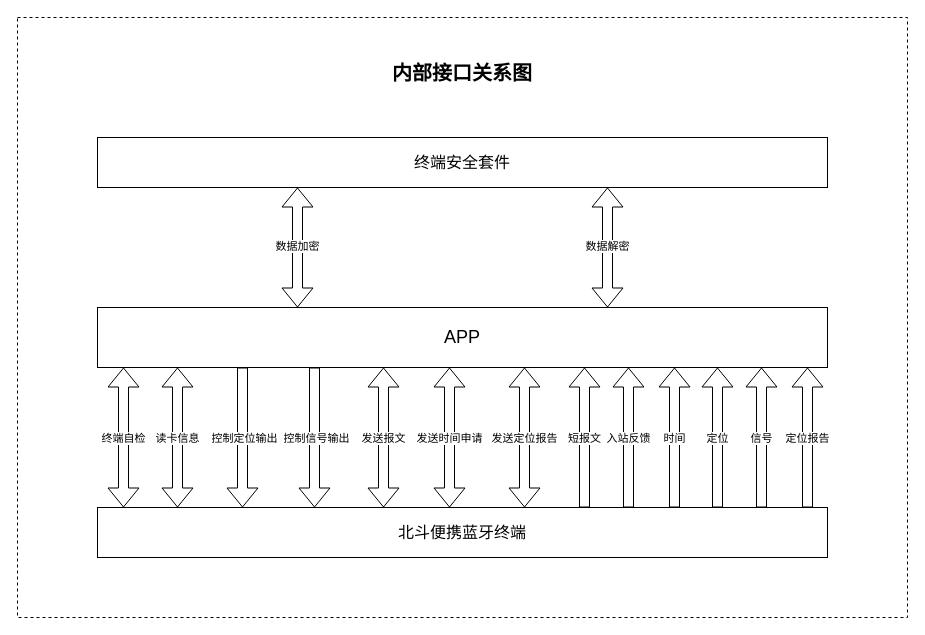
Earlier version of the draw.io diagram WHAPP内部接口关系图.drawio (D10NGYANG/draw.io). Source tidied: cells renumbered, new cells numbered last; positions are measured from the earlier drawing's top-left corner, leaving out a move shared by most shapes. Both pictures are drawn from the tidied source at 100%, with x=0, y=0 at pixel (17, 17).
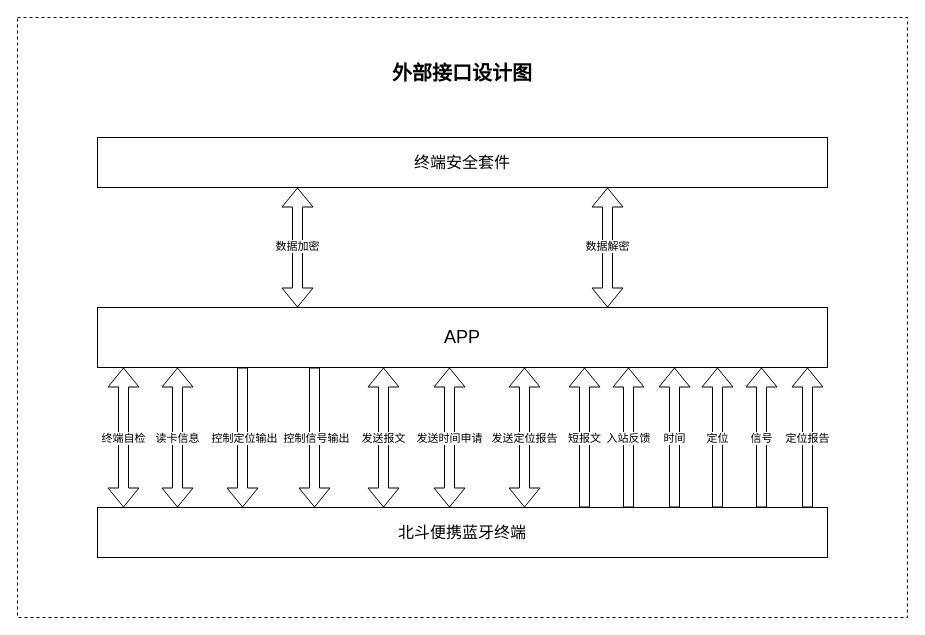
After the change.

Commit message (it also covers changes not shown here):
更新WHAPP内部接口关系图.drawio

The edit, as a diff of the source:
```diff
@@
-    <mxCell id="3" value="内部接口关系图" style="text;html=1;strokeColor=none;fillColor=none;align=center;verticalAlign=middle;whiteSpace=wrap;rounded=0;fontSize=20;fontStyle=1;" parent="1" vertex="1">
+    <mxCell id="3" value="外部接口设计图" style="text;html=1;strokeColor=none;fillColor=none;align=center;verticalAlign=middle;whiteSpace=wrap;rounded=0;fontSize=20;fontStyle=1;" parent="1" vertex="1">
       <mxGeometry x="360" y="40" width="170" height="30" as="geometry" />
     </mxCell>
```
